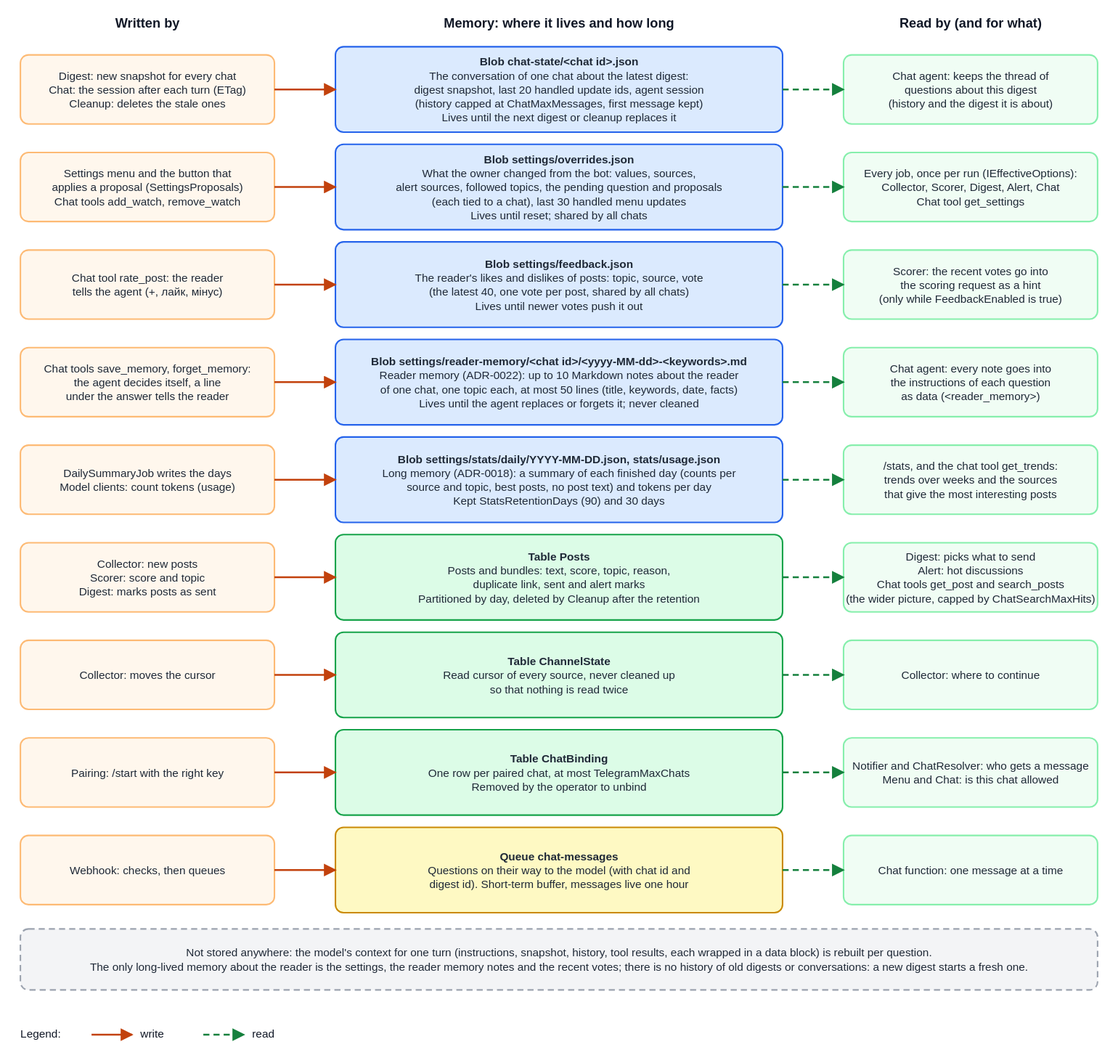
The draw.io diagram docs/developer-guide/images/memory.drawio.svg in KopylP/signal-feed, before a commit. Source tidied: cells renumbered, new cells last; positions are measured from the earlier drawing's top-left corner, leaving out a move shared by most shapes.
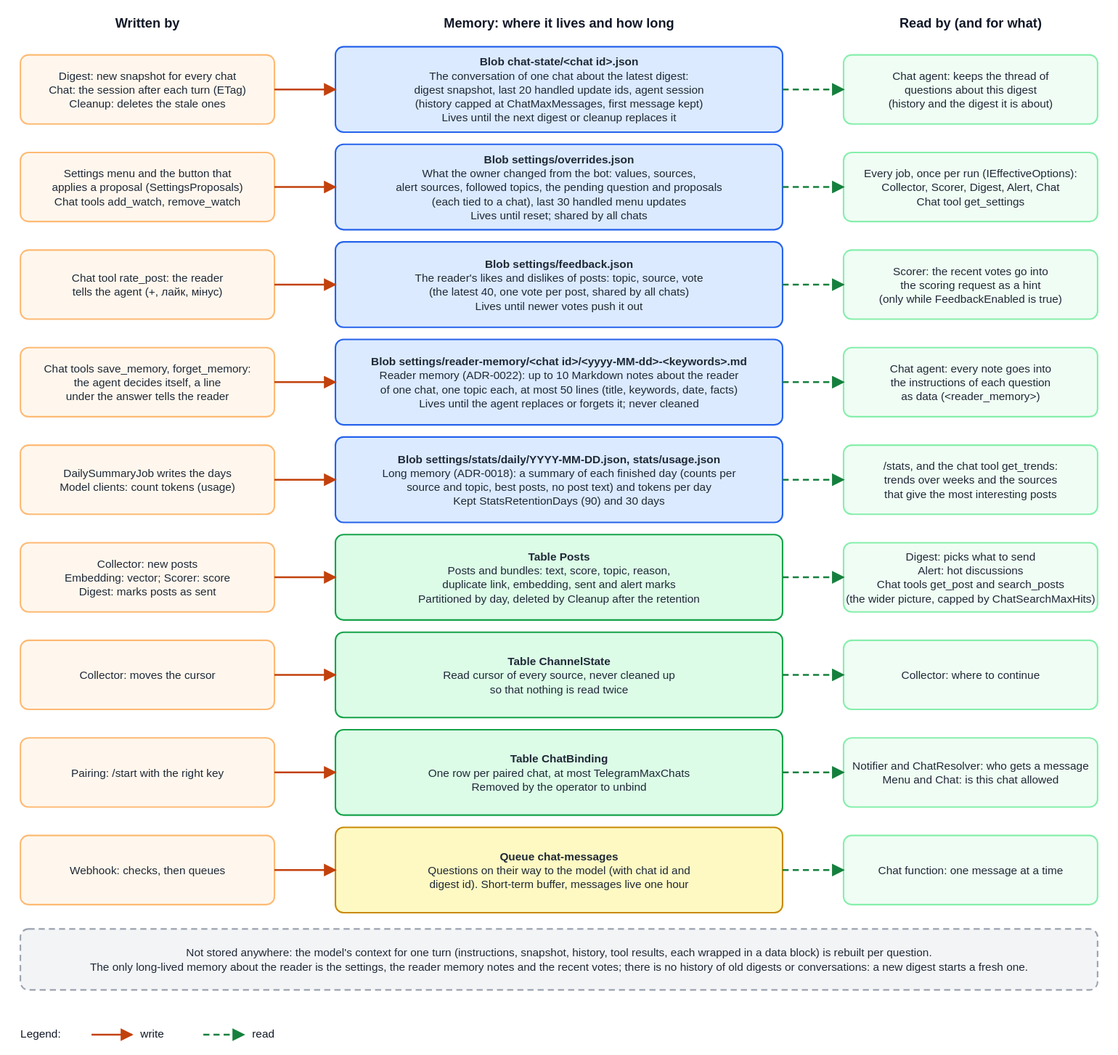
After the change.

Change to the diagram source:
```diff
@@ -134,13 +134,13 @@
     <mxCell id="37" style="rounded=1;arcSize=6;html=1;strokeColor=#16a34a;fillColor=#dcfce7;strokeWidth=1.5;" parent="1" vertex="1">
       <mxGeometry x="310" y="512" width="440" height="84" as="geometry" />
     </mxCell>
-    <mxCell id="38" value="&lt;b&gt;Table  Posts&lt;/b&gt;&lt;br&gt;Posts and bundles: text, score, topic, reason,&lt;br&gt;duplicate link, sent and alert marks&lt;br&gt;Partitioned by day, deleted by Cleanup after the retention" style="text;html=1;whiteSpace=wrap;align=center;verticalAlign=top;spacing=0;fontSize=11;fontColor=#1f2937;" parent="1" vertex="1">
+    <mxCell id="38" value="&lt;b&gt;Table  Posts&lt;/b&gt;&lt;br&gt;Posts and bundles: text, score, topic, reason,&lt;br&gt;duplicate link, embedding, sent and alert marks&lt;br&gt;Partitioned by day, deleted by Cleanup after the retention" style="text;html=1;whiteSpace=wrap;align=center;verticalAlign=top;spacing=0;fontSize=11;fontColor=#1f2937;" parent="1" vertex="1">
       <mxGeometry x="310" y="526.5" width="440" height="57" as="geometry" />
     </mxCell>
     <mxCell id="39" style="rounded=1;arcSize=6;html=1;strokeColor=#fdba74;fillColor=#fff7ed;strokeWidth=1.5;" parent="1" vertex="1">
       <mxGeometry y="520" width="250" height="68" as="geometry" />
     </mxCell>
-    <mxCell id="40" value="Collector: new posts&lt;br&gt;Scorer: score and topic&lt;br&gt;Digest: marks posts as sent" style="text;html=1;whiteSpace=wrap;align=center;verticalAlign=top;spacing=0;fontSize=11;fontColor=#1f2937;" parent="1" vertex="1">
+    <mxCell id="40" value="Collector: new posts&lt;br&gt;Embedding: vector; Scorer: score&lt;br&gt;Digest: marks posts as sent" style="text;html=1;whiteSpace=wrap;align=center;verticalAlign=top;spacing=0;fontSize=11;fontColor=#1f2937;" parent="1" vertex="1">
       <mxGeometry y="533.4" width="250" height="43.2" as="geometry" />
     </mxCell>
     <mxCell id="41" style="rounded=1;arcSize=6;html=1;strokeColor=#86efac;fillColor=#f0fdf4;strokeWidth=1.5;" parent="1" vertex="1">
```
